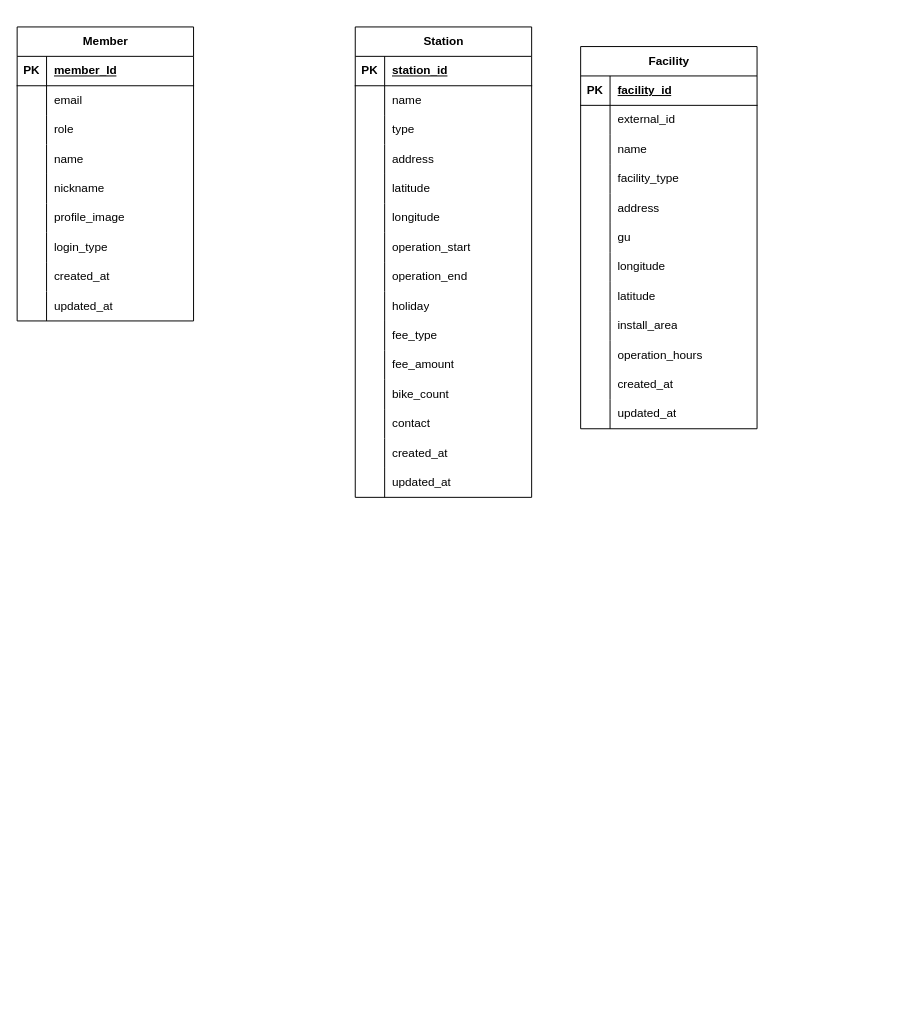
Before: SessakBoriERD.drawio in 2025-All4Land-RideOn/ERD, a draw.io diagram. Source tidied: cells renumbered, new cells numbered last; positions are measured from the earlier drawing's top-left corner, leaving out a move shared by most shapes. Both pictures are drawn from the tidied source at 98%, with x=0, y=0 at pixel (17, 26).
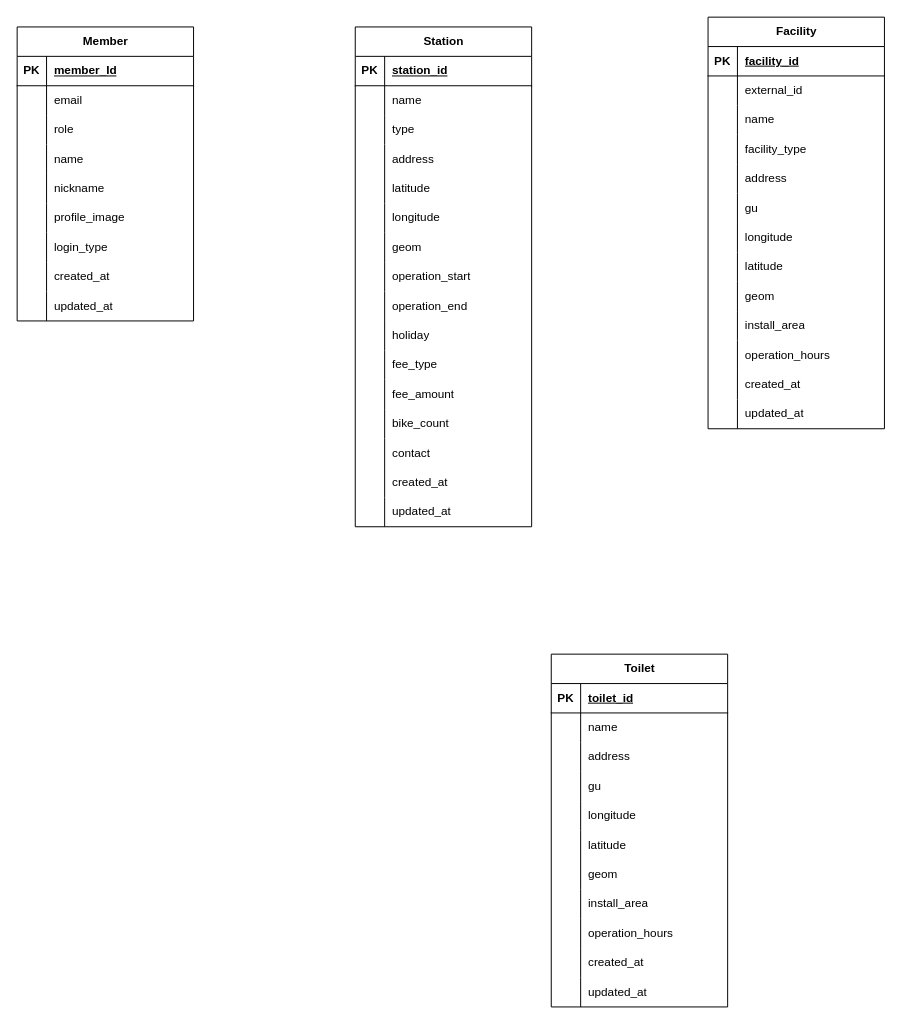
The same diagram, later.

Commit message:
docs: 화장실(Toilet) 테이블 설계

What changed in the source:
```diff
@@
     <mxCell id="30" value="Station" style="shape=table;startSize=30;childLayout=tableLayout;rowLines=0;fontStyle=1;align=center;html=1;" parent="1" vertex="1">
-      <mxGeometry x="345" width="180" height="480" as="geometry" />
+      <mxGeometry x="345" width="180" height="510" as="geometry" />
     </mxCell>
@@
+    <mxCell id="113" style="shape=tableRow;horizontal=0;startSize=0;swimlaneHead=0;swimlaneBody=0;fillColor=none;top=0;left=0;right=0;bottom=0;" parent="30" vertex="1">
+      <mxGeometry y="210" width="180" height="30" as="geometry" />
+    </mxCell>
+    <mxCell id="114" style="shape=partialRectangle;fillColor=none;top=0;left=0;bottom=0;right=0;overflow=hidden;whiteSpace=wrap;html=1;" parent="113" vertex="1">
+      <mxGeometry width="30" height="30" as="geometry" />
+    </mxCell>
+    <mxCell id="115" value="geom" style="shape=partialRectangle;fillColor=none;top=0;left=0;bottom=0;right=0;align=left;spacingLeft=6;overflow=hidden;whiteSpace=wrap;html=1;" parent="113" vertex="1">
+      <mxGeometry x="30" width="150" height="30" as="geometry" />
+    </mxCell>
     <mxCell id="49" style="shape=tableRow;horizontal=0;startSize=0;swimlaneHead=0;swimlaneBody=0;fillColor=none;top=0;left=0;right=0;bottom=0;" parent="30" vertex="1">
-      <mxGeometry y="210" width="180" height="30" as="geometry" />
+      <mxGeometry y="240" width="180" height="30" as="geometry" />
     </mxCell>
@@
     <mxCell id="52" style="shape=tableRow;horizontal=0;startSize=0;swimlaneHead=0;swimlaneBody=0;fillColor=none;top=0;left=0;right=0;bottom=0;" parent="30" vertex="1">
-      <mxGeometry y="240" width="180" height="30" as="geometry" />
+      <mxGeometry y="270" width="180" height="30" as="geometry" />
     </mxCell>
@@
     <mxCell id="55" style="shape=tableRow;horizontal=0;startSize=0;swimlaneHead=0;swimlaneBody=0;fillColor=none;top=0;left=0;right=0;bottom=0;" parent="30" vertex="1">
-      <mxGeometry y="270" width="180" height="30" as="geometry" />
+      <mxGeometry y="300" width="180" height="30" as="geometry" />
     </mxCell>
@@
     <mxCell id="58" style="shape=tableRow;horizontal=0;startSize=0;swimlaneHead=0;swimlaneBody=0;fillColor=none;top=0;left=0;right=0;bottom=0;" parent="30" vertex="1">
-      <mxGeometry y="300" width="180" height="30" as="geometry" />
+      <mxGeometry y="330" width="180" height="30" as="geometry" />
     </mxCell>
@@
     <mxCell id="61" style="shape=tableRow;horizontal=0;startSize=0;swimlaneHead=0;swimlaneBody=0;fillColor=none;top=0;left=0;right=0;bottom=0;" parent="30" vertex="1">
-      <mxGeometry y="330" width="180" height="30" as="geometry" />
+      <mxGeometry y="360" width="180" height="30" as="geometry" />
     </mxCell>
@@
     <mxCell id="64" style="shape=tableRow;horizontal=0;startSize=0;swimlaneHead=0;swimlaneBody=0;fillColor=none;top=0;left=0;right=0;bottom=0;" parent="30" vertex="1">
-      <mxGeometry y="360" width="180" height="30" as="geometry" />
+      <mxGeometry y="390" width="180" height="30" as="geometry" />
     </mxCell>
@@
     <mxCell id="67" style="shape=tableRow;horizontal=0;startSize=0;swimlaneHead=0;swimlaneBody=0;fillColor=none;top=0;left=0;right=0;bottom=0;" parent="30" vertex="1">
-      <mxGeometry y="390" width="180" height="30" as="geometry" />
+      <mxGeometry y="420" width="180" height="30" as="geometry" />
     </mxCell>
@@
     <mxCell id="70" style="shape=tableRow;horizontal=0;startSize=0;swimlaneHead=0;swimlaneBody=0;fillColor=none;top=0;left=0;right=0;bottom=0;" parent="30" vertex="1">
-      <mxGeometry y="420" width="180" height="30" as="geometry" />
+      <mxGeometry y="450" width="180" height="30" as="geometry" />
     </mxCell>
@@
     <mxCell id="73" style="shape=tableRow;horizontal=0;startSize=0;swimlaneHead=0;swimlaneBody=0;fillColor=none;top=0;left=0;right=0;bottom=0;" parent="30" vertex="1">
-      <mxGeometry y="450" width="180" height="30" as="geometry" />
+      <mxGeometry y="480" width="180" height="30" as="geometry" />
     </mxCell>
@@
     <mxCell id="76" value="Facility" style="shape=table;startSize=30;childLayout=tableLayout;rowLines=0;fontStyle=1;align=center;html=1;" parent="1" vertex="1">
-      <mxGeometry x="575" y="20" width="180" height="390" as="geometry" />
+      <mxGeometry x="705" y="-10" width="180" height="420" as="geometry" />
     </mxCell>
@@
+    <mxCell id="116" style="shape=tableRow;horizontal=0;startSize=0;swimlaneHead=0;swimlaneBody=0;fillColor=none;top=0;left=0;right=0;bottom=0;" parent="76" vertex="1">
+      <mxGeometry y="270" width="180" height="30" as="geometry" />
+    </mxCell>
+    <mxCell id="117" style="shape=partialRectangle;fillColor=none;top=0;left=0;bottom=0;right=0;overflow=hidden;whiteSpace=wrap;html=1;" parent="116" vertex="1">
+      <mxGeometry width="30" height="30" as="geometry" />
+    </mxCell>
+    <mxCell id="118" value="geom" style="shape=partialRectangle;fillColor=none;top=0;left=0;bottom=0;right=0;align=left;spacingLeft=6;overflow=hidden;whiteSpace=wrap;html=1;" parent="116" vertex="1">
+      <mxGeometry x="30" width="150" height="30" as="geometry" />
+    </mxCell>
     <mxCell id="101" style="shape=tableRow;horizontal=0;startSize=0;swimlaneHead=0;swimlaneBody=0;fillColor=none;top=0;left=0;right=0;bottom=0;" parent="76" vertex="1">
-      <mxGeometry y="270" width="180" height="30" as="geometry" />
+      <mxGeometry y="300" width="180" height="30" as="geometry" />
     </mxCell>
@@
     <mxCell id="104" style="shape=tableRow;horizontal=0;startSize=0;swimlaneHead=0;swimlaneBody=0;fillColor=none;top=0;left=0;right=0;bottom=0;" parent="76" vertex="1">
-      <mxGeometry y="300" width="180" height="30" as="geometry" />
+      <mxGeometry y="330" width="180" height="30" as="geometry" />
     </mxCell>
@@
     <mxCell id="107" style="shape=tableRow;horizontal=0;startSize=0;swimlaneHead=0;swimlaneBody=0;fillColor=none;top=0;left=0;right=0;bottom=0;" parent="76" vertex="1">
-      <mxGeometry y="330" width="180" height="30" as="geometry" />
+      <mxGeometry y="360" width="180" height="30" as="geometry" />
     </mxCell>
@@
     <mxCell id="110" style="shape=tableRow;horizontal=0;startSize=0;swimlaneHead=0;swimlaneBody=0;fillColor=none;top=0;left=0;right=0;bottom=0;" parent="76" vertex="1">
-      <mxGeometry y="360" width="180" height="30" as="geometry" />
+      <mxGeometry y="390" width="180" height="30" as="geometry" />
     </mxCell>
@@
+    <mxCell id="119" value="Toilet" style="shape=table;startSize=30;childLayout=tableLayout;rowLines=0;fontStyle=1;align=center;html=1;" parent="1" vertex="1">
+      <mxGeometry x="545" y="640" width="180" height="360" as="geometry" />
+    </mxCell>
+    <mxCell id="120" style="shape=tableRow;horizontal=0;startSize=0;swimlaneHead=0;swimlaneBody=0;fillColor=none;top=0;left=0;right=0;bottom=1;" parent="119" vertex="1">
+      <mxGeometry y="30" width="180" height="30" as="geometry" />
+    </mxCell>
+    <mxCell id="121" value="PK" style="shape=partialRectangle;fillColor=none;top=0;left=0;bottom=0;right=0;fontStyle=1;overflow=hidden;whiteSpace=wrap;html=1;" parent="120" vertex="1">
+      <mxGeometry width="30" height="30" as="geometry" />
+    </mxCell>
+    <mxCell id="122" value="toilet_id" style="shape=partialRectangle;fillColor=none;top=0;left=0;bottom=0;right=0;align=left;spacingLeft=6;fontStyle=5;overflow=hidden;whiteSpace=wrap;html=1;" parent="120" vertex="1">
+      <mxGeometry x="30" width="150" height="30" as="geometry" />
+    </mxCell>
+    <mxCell id="123" style="shape=tableRow;horizontal=0;startSize=0;swimlaneHead=0;swimlaneBody=0;fillColor=none;top=0;left=0;right=0;bottom=0;" parent="119" vertex="1">
+      <mxGeometry y="60" width="180" height="30" as="geometry" />
+    </mxCell>
+    <mxCell id="124" style="shape=partialRectangle;fillColor=none;top=0;left=0;bottom=0;right=0;overflow=hidden;whiteSpace=wrap;html=1;" parent="123" vertex="1">
+      <mxGeometry width="30" height="30" as="geometry" />
+    </mxCell>
+    <mxCell id="125" value="name" style="shape=partialRectangle;fillColor=none;top=0;left=0;bottom=0;right=0;align=left;spacingLeft=6;overflow=hidden;whiteSpace=wrap;html=1;" parent="123" vertex="1">
+      <mxGeometry x="30" width="150" height="30" as="geometry" />
+    </mxCell>
+    <mxCell id="126" style="shape=tableRow;horizontal=0;startSize=0;swimlaneHead=0;swimlaneBody=0;fillColor=none;top=0;left=0;right=0;bottom=0;" parent="119" vertex="1">
+      <mxGeometry y="90" width="180" height="30" as="geometry" />
+    </mxCell>
+    <mxCell id="127" style="shape=partialRectangle;fillColor=none;top=0;left=0;bottom=0;right=0;overflow=hidden;whiteSpace=wrap;html=1;" parent="126" vertex="1">
+      <mxGeometry width="30" height="30" as="geometry" />
+    </mxCell>
+    <mxCell id="128" value="address" style="shape=partialRectangle;fillColor=none;top=0;left=0;bottom=0;right=0;align=left;spacingLeft=6;overflow=hidden;whiteSpace=wrap;html=1;" parent="126" vertex="1">
+      <mxGeometry x="30" width="150" height="30" as="geometry" />
+    </mxCell>
+    <mxCell id="129" style="shape=tableRow;horizontal=0;startSize=0;swimlaneHead=0;swimlaneBody=0;fillColor=none;top=0;left=0;right=0;bottom=0;" parent="119" vertex="1">
+      <mxGeometry y="120" width="180" height="30" as="geometry" />
+    </mxCell>
+    <mxCell id="130" style="shape=partialRectangle;fillColor=none;top=0;left=0;bottom=0;right=0;overflow=hidden;whiteSpace=wrap;html=1;" parent="129" vertex="1">
+      <mxGeometry width="30" height="30" as="geometry" />
+    </mxCell>
+    <mxCell id="131" value="gu" style="shape=partialRectangle;fillColor=none;top=0;left=0;bottom=0;right=0;align=left;spacingLeft=6;overflow=hidden;whiteSpace=wrap;html=1;" parent="129" vertex="1">
+      <mxGeometry x="30" width="150" height="30" as="geometry" />
+    </mxCell>
+    <mxCell id="132" style="shape=tableRow;horizontal=0;startSize=0;swimlaneHead=0;swimlaneBody=0;fillColor=none;top=0;left=0;right=0;bottom=0;" parent="119" vertex="1">
+      <mxGeometry y="150" width="180" height="30" as="geometry" />
+    </mxCell>
+    <mxCell id="133" style="shape=partialRectangle;fillColor=none;top=0;left=0;bottom=0;right=0;overflow=hidden;whiteSpace=wrap;html=1;" parent="132" vertex="1">
+      <mxGeometry width="30" height="30" as="geometry" />
+    </mxCell>
+    <mxCell id="134" value="longitude" style="shape=partialRectangle;fillColor=none;top=0;left=0;bottom=0;right=0;align=left;spacingLeft=6;overflow=hidden;whiteSpace=wrap;html=1;" parent="132" vertex="1">
+      <mxGeometry x="30" width="150" height="30" as="geometry" />
+    </mxCell>
+    <mxCell id="135" style="shape=tableRow;horizontal=0;startSize=0;swimlaneHead=0;swimlaneBody=0;fillColor=none;top=0;left=0;right=0;bottom=0;" parent="119" vertex="1">
+      <mxGeometry y="180" width="180" height="30" as="geometry" />
+    </mxCell>
+    <mxCell id="136" style="shape=partialRectangle;fillColor=none;top=0;left=0;bottom=0;right=0;overflow=hidden;whiteSpace=wrap;html=1;" parent="135" vertex="1">
+      <mxGeometry width="30" height="30" as="geometry" />
+    </mxCell>
+    <mxCell id="137" value="latitude" style="shape=partialRectangle;fillColor=none;top=0;left=0;bottom=0;right=0;align=left;spacingLeft=6;overflow=hidden;whiteSpace=wrap;html=1;" parent="135" vertex="1">
+      <mxGeometry x="30" width="150" height="30" as="geometry" />
+    </mxCell>
+    <mxCell id="138" style="shape=tableRow;horizontal=0;startSize=0;swimlaneHead=0;swimlaneBody=0;fillColor=none;top=0;left=0;right=0;bottom=0;" parent="119" vertex="1">
+      <mxGeometry y="210" width="180" height="30" as="geometry" />
+    </mxCell>
+    <mxCell id="139" style="shape=partialRectangle;fillColor=none;top=0;left=0;bottom=0;right=0;overflow=hidden;whiteSpace=wrap;html=1;" parent="138" vertex="1">
+      <mxGeometry width="30" height="30" as="geometry" />
+    </mxCell>
+    <mxCell id="140" value="geom" style="shape=partialRectangle;fillColor=none;top=0;left=0;bottom=0;right=0;align=left;spacingLeft=6;overflow=hidden;whiteSpace=wrap;html=1;" parent="138" vertex="1">
+      <mxGeometry x="30" width="150" height="30" as="geometry" />
+    </mxCell>
+    <mxCell id="141" style="shape=tableRow;horizontal=0;startSize=0;swimlaneHead=0;swimlaneBody=0;fillColor=none;top=0;left=0;right=0;bottom=0;" parent="119" vertex="1">
+      <mxGeometry y="240" width="180" height="30" as="geometry" />
+    </mxCell>
+    <mxCell id="142" style="shape=partialRectangle;fillColor=none;top=0;left=0;bottom=0;right=0;overflow=hidden;whiteSpace=wrap;html=1;" parent="141" vertex="1">
+      <mxGeometry width="30" height="30" as="geometry" />
+    </mxCell>
+    <mxCell id="143" value="install_area" style="shape=partialRectangle;fillColor=none;top=0;left=0;bottom=0;right=0;align=left;spacingLeft=6;overflow=hidden;whiteSpace=wrap;html=1;" parent="141" vertex="1">
+      <mxGeometry x="30" width="150" height="30" as="geometry" />
+    </mxCell>
+    <mxCell id="144" style="shape=tableRow;horizontal=0;startSize=0;swimlaneHead=0;swimlaneBody=0;fillColor=none;top=0;left=0;right=0;bottom=0;" parent="119" vertex="1">
+      <mxGeometry y="270" width="180" height="30" as="geometry" />
+    </mxCell>
+    <mxCell id="145" style="shape=partialRectangle;fillColor=none;top=0;left=0;bottom=0;right=0;overflow=hidden;whiteSpace=wrap;html=1;" parent="144" vertex="1">
+      <mxGeometry width="30" height="30" as="geometry" />
+    </mxCell>
+    <mxCell id="146" value="operation_hours" style="shape=partialRectangle;fillColor=none;top=0;left=0;bottom=0;right=0;align=left;spacingLeft=6;overflow=hidden;whiteSpace=wrap;html=1;" parent="144" vertex="1">
+      <mxGeometry x="30" width="150" height="30" as="geometry" />
+    </mxCell>
+    <mxCell id="147" style="shape=tableRow;horizontal=0;startSize=0;swimlaneHead=0;swimlaneBody=0;fillColor=none;top=0;left=0;right=0;bottom=0;" parent="119" vertex="1">
+      <mxGeometry y="300" width="180" height="30" as="geometry" />
+    </mxCell>
+    <mxCell id="148" style="shape=partialRectangle;fillColor=none;top=0;left=0;bottom=0;right=0;overflow=hidden;whiteSpace=wrap;html=1;" parent="147" vertex="1">
+      <mxGeometry width="30" height="30" as="geometry" />
+    </mxCell>
+    <mxCell id="149" value="created_at" style="shape=partialRectangle;fillColor=none;top=0;left=0;bottom=0;right=0;align=left;spacingLeft=6;overflow=hidden;whiteSpace=wrap;html=1;" parent="147" vertex="1">
+      <mxGeometry x="30" width="150" height="30" as="geometry" />
+    </mxCell>
+    <mxCell id="150" style="shape=tableRow;horizontal=0;startSize=0;swimlaneHead=0;swimlaneBody=0;fillColor=none;top=0;left=0;right=0;bottom=0;" parent="119" vertex="1">
+      <mxGeometry y="330" width="180" height="30" as="geometry" />
+    </mxCell>
+    <mxCell id="151" style="shape=partialRectangle;fillColor=none;top=0;left=0;bottom=0;right=0;overflow=hidden;whiteSpace=wrap;html=1;" parent="150" vertex="1">
+      <mxGeometry width="30" height="30" as="geometry" />
+    </mxCell>
+    <mxCell id="152" value="updated_at" style="shape=partialRectangle;fillColor=none;top=0;left=0;bottom=0;right=0;align=left;spacingLeft=6;overflow=hidden;whiteSpace=wrap;html=1;" parent="150" vertex="1">
+      <mxGeometry x="30" width="150" height="30" as="geometry" />
+    </mxCell>
```
